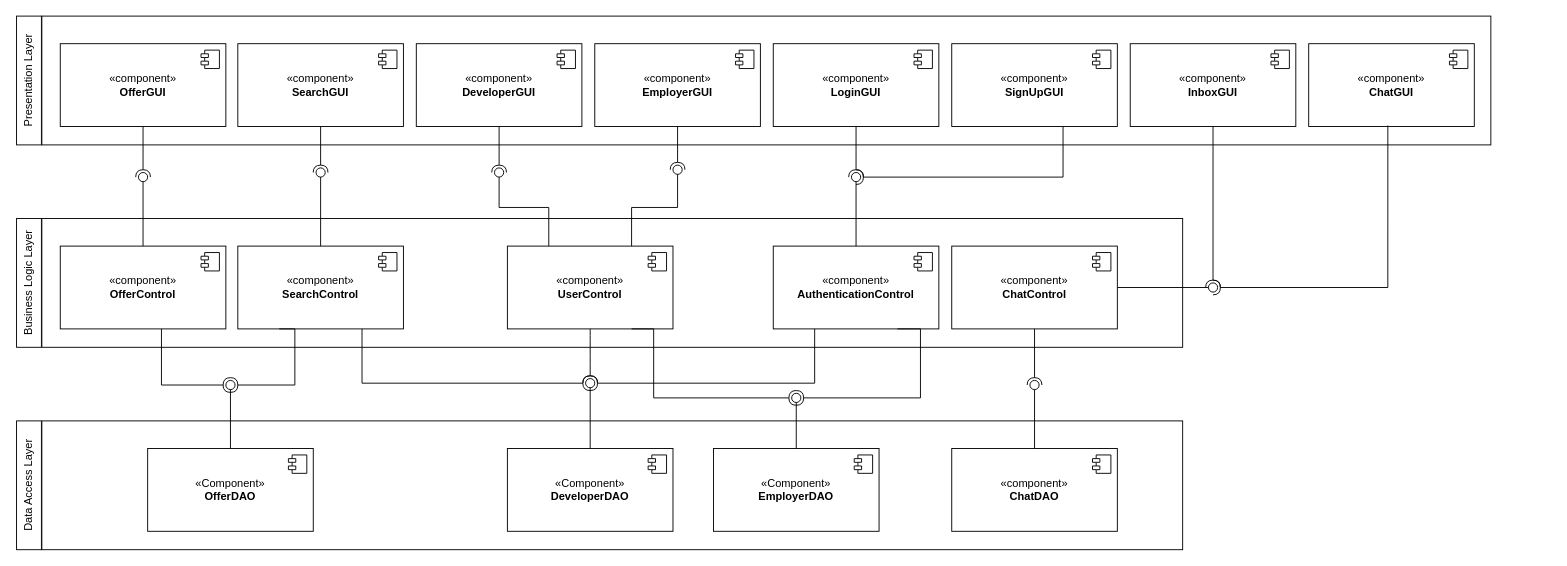
This is Documentazione/System_Design_Document/architecture_diagram/Architecture_Diagram_1.1.drawio from JacopoPassariello/TuringCareers, a draw.io file, before an edit. Source tidied: cells renumbered, new cells numbered last; positions are measured from the earlier drawing's top-left corner, leaving out a move shared by most shapes. Both pictures are drawn from the tidied source at 92%, with x=0, y=0 at pixel (-36, 16).
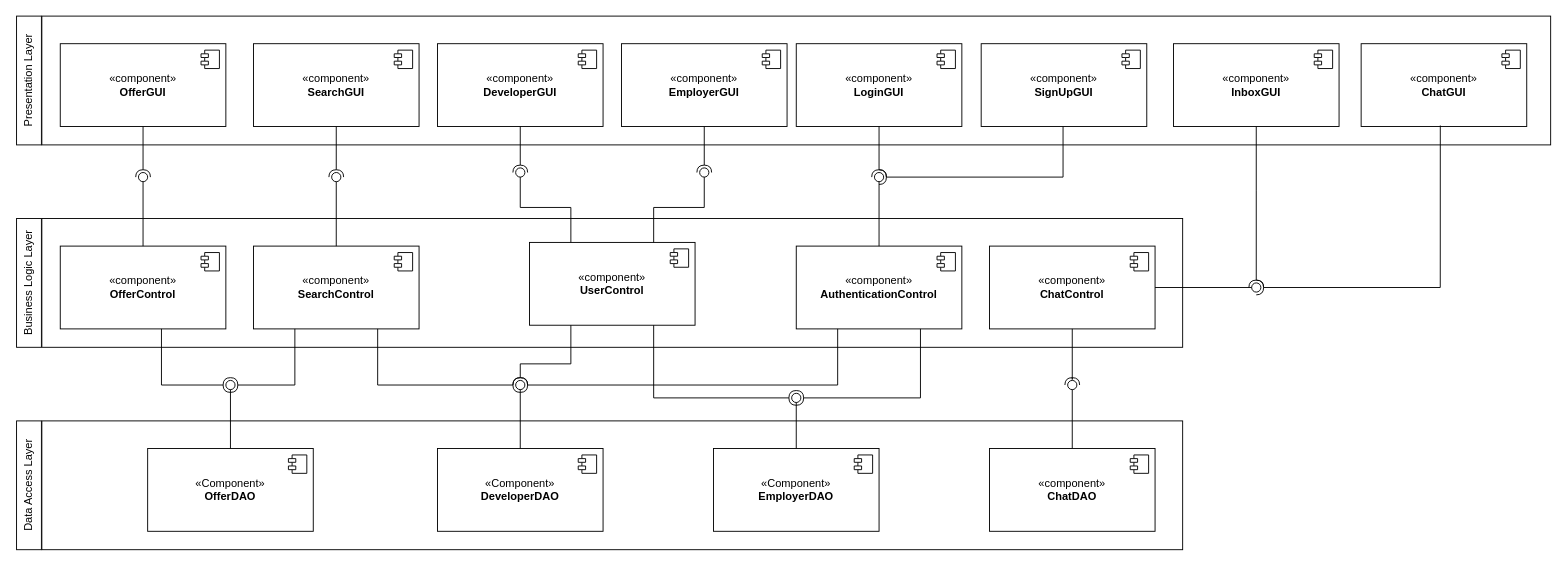
Above is the later version.

Unchanged cells that the change refers to:
```xml
<mxCell id="61" style="ellipse;whiteSpace=wrap;html=1;align=center;fillColor=none;strokeColor=none;perimeter=centerPerimeter;points=[];outlineConnect=1;" parent="1" vertex="1">
  <mxGeometry x="599" y="396" width="10" height="10" as="geometry" />
</mxCell>
<mxCell id="73" style="ellipse;whiteSpace=wrap;html=1;align=center;fillColor=none;strokeColor=none;perimeter=centerPerimeter;points=[];outlineConnect=1;" parent="1" vertex="1">
  <mxGeometry x="599" y="396" width="10" height="10" as="geometry" />
</mxCell>
<mxCell id="78" style="ellipse;whiteSpace=wrap;html=1;align=center;fillColor=none;strokeColor=none;perimeter=centerPerimeter;points=[];outlineConnect=1;" parent="1" vertex="1">
  <mxGeometry x="599" y="396" width="10" height="10" as="geometry" />
</mxCell>
```

The edit, as a diff of the source:
```diff
@@
     <mxCell id="2" style="rounded=0;whiteSpace=wrap;html=1;imageWidth=140;" parent="1" vertex="1">
-      <mxGeometry x="84" width="1575" height="140" as="geometry" />
+      <mxGeometry x="84" width="1640" height="140" as="geometry" />
     </mxCell>
@@
     <mxCell id="9" value="«Component»&lt;br&gt;&lt;b&gt;DeveloperDAO&lt;/b&gt;" style="html=1;whiteSpace=wrap;" parent="1" vertex="1">
-      <mxGeometry x="590" y="470" width="180" height="90" as="geometry" />
+      <mxGeometry x="514" y="470" width="180" height="90" as="geometry" />
     </mxCell>
@@
     <mxCell id="11" value="«component»&lt;br&gt;&lt;b&gt;EmployerGUI&lt;/b&gt;" style="html=1;whiteSpace=wrap;" parent="1" vertex="1">
-      <mxGeometry x="685" y="30" width="180" height="90" as="geometry" />
+      <mxGeometry x="714" y="30" width="180" height="90" as="geometry" />
     </mxCell>
@@
     <mxCell id="13" value="«component»&lt;br&gt;&lt;b&gt;DeveloperGUI&lt;/b&gt;" style="html=1;whiteSpace=wrap;" parent="1" vertex="1">
-      <mxGeometry x="491" y="30" width="180" height="90" as="geometry" />
+      <mxGeometry x="514" y="30" width="180" height="90" as="geometry" />
     </mxCell>
@@
     <mxCell id="15" value="«component»&lt;br&gt;&lt;b&gt;LoginGUI&lt;/b&gt;" style="html=1;whiteSpace=wrap;" parent="1" vertex="1">
-      <mxGeometry x="879" y="30" width="180" height="90" as="geometry" />
+      <mxGeometry x="904" y="30" width="180" height="90" as="geometry" />
     </mxCell>
@@
     <mxCell id="17" value="«component»&lt;br&gt;&lt;b&gt;SignUpGUI&lt;/b&gt;" style="html=1;whiteSpace=wrap;" parent="1" vertex="1">
-      <mxGeometry x="1073" y="30" width="180" height="90" as="geometry" />
+      <mxGeometry x="1105" y="30" width="180" height="90" as="geometry" />
     </mxCell>
@@
     <mxCell id="19" value="«component»&lt;br&gt;&lt;b&gt;InboxGUI&lt;/b&gt;" style="html=1;whiteSpace=wrap;" parent="1" vertex="1">
-      <mxGeometry x="1267" y="30" width="180" height="90" as="geometry" />
+      <mxGeometry x="1314" y="30" width="180" height="90" as="geometry" />
     </mxCell>
@@
     <mxCell id="21" value="«component»&lt;br&gt;&lt;b&gt;ChatGUI&lt;/b&gt;" style="html=1;whiteSpace=wrap;" parent="1" vertex="1">
-      <mxGeometry x="1461" y="30" width="180" height="90" as="geometry" />
+      <mxGeometry x="1518" y="30" width="180" height="90" as="geometry" />
     </mxCell>
@@
     <mxCell id="25" value="«component»&lt;br&gt;&lt;b&gt;SearchControl&lt;/b&gt;" style="html=1;whiteSpace=wrap;" parent="1" vertex="1">
-      <mxGeometry x="297" y="250" width="180" height="90" as="geometry" />
+      <mxGeometry x="314" y="250" width="180" height="90" as="geometry" />
     </mxCell>
@@
     <mxCell id="27" value="«component»&lt;br&gt;&lt;b&gt;ChatControl&lt;/b&gt;" style="html=1;whiteSpace=wrap;" parent="1" vertex="1">
-      <mxGeometry x="1073" y="250" width="180" height="90" as="geometry" />
+      <mxGeometry x="1114" y="250" width="180" height="90" as="geometry" />
     </mxCell>
@@
     <mxCell id="29" value="«component»&lt;br&gt;&lt;b&gt;AuthenticationControl&lt;/b&gt;" style="html=1;whiteSpace=wrap;" parent="1" vertex="1">
-      <mxGeometry x="879" y="250" width="180" height="90" as="geometry" />
+      <mxGeometry x="904" y="250" width="180" height="90" as="geometry" />
     </mxCell>
@@
     <mxCell id="31" value="«component»&lt;br&gt;&lt;b&gt;SearchGUI&lt;br&gt;&lt;/b&gt;" style="html=1;whiteSpace=wrap;" parent="1" vertex="1">
-      <mxGeometry x="297" y="30" width="180" height="90" as="geometry" />
+      <mxGeometry x="314" y="30" width="180" height="90" as="geometry" />
     </mxCell>
@@
     <mxCell id="35" value="«component»&lt;br&gt;&lt;b&gt;UserControl&lt;/b&gt;" style="html=1;whiteSpace=wrap;" parent="1" vertex="1">
-      <mxGeometry x="590" y="250" width="180" height="90" as="geometry" />
+      <mxGeometry x="614" y="246" width="180" height="90" as="geometry" />
     </mxCell>
@@
     <mxCell id="37" value="«component»&lt;br&gt;&lt;b&gt;ChatDAO&lt;/b&gt;" style="html=1;whiteSpace=wrap;" parent="1" vertex="1">
-      <mxGeometry x="1073" y="470" width="180" height="90" as="geometry" />
+      <mxGeometry x="1114" y="470" width="180" height="90" as="geometry" />
     </mxCell>
@@
     <mxCell id="41" style="ellipse;whiteSpace=wrap;html=1;align=center;fillColor=none;strokeColor=none;perimeter=centerPerimeter;points=[];outlineConnect=1;" parent="1" vertex="1">
-      <mxGeometry x="382" y="165" width="10" height="10" as="geometry" />
+      <mxGeometry x="399" y="170" width="10" height="10" as="geometry" />
     </mxCell>
@@
     <mxCell id="44" style="ellipse;whiteSpace=wrap;html=1;align=center;fillColor=none;strokeColor=none;perimeter=centerPerimeter;points=[];outlineConnect=1;" parent="1" vertex="1">
-      <mxGeometry x="964" y="170" width="10" height="10" as="geometry" />
+      <mxGeometry x="989" y="170" width="10" height="10" as="geometry" />
     </mxCell>
@@
-    <mxCell id="46" style="rounded=0;jettySize=auto;html=1;endArrow=halfCircle;endFill=0;endSize=6;strokeWidth=1;sketch=0;exitX=0.478;exitY=0.988;exitDx=0;exitDy=0;exitPerimeter=0;edgeStyle=orthogonalEdgeStyle;" parent="1" edge="1" source="21" target="48">
+    <mxCell id="46" style="rounded=0;jettySize=auto;html=1;endArrow=halfCircle;endFill=0;endSize=6;strokeWidth=1;sketch=0;exitX=0.478;exitY=0.988;exitDx=0;exitDy=0;exitPerimeter=0;" parent="1" edge="1" source="21" target="48">
       <mxGeometry relative="1" as="geometry">
         <Array as="points">
-          <mxPoint x="1547" y="295" />
+          <mxPoint x="1604" y="295" />
         </Array>
       </mxGeometry>
     </mxCell>
@@
     <mxCell id="48" style="ellipse;whiteSpace=wrap;html=1;align=center;fillColor=none;strokeColor=none;perimeter=centerPerimeter;points=[];outlineConnect=1;" parent="1" vertex="1">
-      <mxGeometry x="1352" y="290" width="10" height="10" as="geometry" />
+      <mxGeometry x="1399" y="290" width="10" height="10" as="geometry" />
     </mxCell>
@@
     <mxCell id="50" style="rounded=0;jettySize=auto;html=1;endArrow=halfCircle;endFill=0;endSize=6;strokeWidth=1;sketch=0;fontSize=12;exitX=0.5;exitY=1;exitDx=0;exitDy=0;" parent="1" edge="1" source="19" target="51">
-      <mxGeometry relative="1" as="geometry" />
+      <mxGeometry relative="1" as="geometry">
+        <Array as="points">
+          <mxPoint x="1404" y="190" />
+        </Array>
+      </mxGeometry>
     </mxCell>
     <mxCell id="51" style="ellipse;whiteSpace=wrap;html=1;align=center;fillColor=none;strokeColor=none;perimeter=centerPerimeter;points=[];outlineConnect=1;" parent="1" vertex="1">
-      <mxGeometry x="1352" y="290" width="10" height="10" as="geometry" />
+      <mxGeometry x="1399" y="290" width="10" height="10" as="geometry" />
     </mxCell>
@@
     <mxCell id="56" style="ellipse;whiteSpace=wrap;html=1;align=center;fillColor=none;strokeColor=none;perimeter=centerPerimeter;points=[];outlineConnect=1;" parent="1" vertex="1">
-      <mxGeometry x="964" y="170" width="10" height="10" as="geometry" />
+      <mxGeometry x="989" y="170" width="10" height="10" as="geometry" />
     </mxCell>
     <mxCell id="57" style="ellipse;whiteSpace=wrap;html=1;align=center;fillColor=none;strokeColor=none;perimeter=centerPerimeter;" parent="1" vertex="1">
-      <mxGeometry x="964" y="170" width="10" height="10" as="geometry" />
+      <mxGeometry x="989" y="170" width="10" height="10" as="geometry" />
     </mxCell>
@@
+    <mxCell id="99" style="rounded=0;jettySize=auto;html=1;endArrow=oval;endFill=0;sketch=0;sourcePerimeterSpacing=0;targetPerimeterSpacing=0;endSize=10;exitX=0.5;exitY=0;exitDx=0;exitDy=0;" parent="1" edge="1" source="9" target="61">
+      <mxGeometry relative="1" as="geometry" />
+    </mxCell>
@@
     <mxCell id="64" style="rounded=0;jettySize=auto;html=1;endArrow=halfCircle;endFill=0;endSize=6;strokeWidth=1;sketch=0;exitX=0.5;exitY=1;exitDx=0;exitDy=0;" parent="1" edge="1" source="27" target="66">
-      <mxGeometry relative="1" as="geometry" />
+      <mxGeometry relative="1" as="geometry">
+        <Array as="points">
+          <mxPoint x="1204" y="395" />
+        </Array>
+      </mxGeometry>
     </mxCell>
@@
     <mxCell id="66" style="ellipse;whiteSpace=wrap;html=1;align=center;fillColor=none;strokeColor=none;perimeter=centerPerimeter;points=[];outlineConnect=1;" parent="1" vertex="1">
-      <mxGeometry x="1158" y="396" width="10" height="10" as="geometry" />
+      <mxGeometry x="1199" y="396" width="10" height="10" as="geometry" />
     </mxCell>
@@
-    <mxCell id="72" style="rounded=0;jettySize=auto;html=1;endArrow=halfCircle;endFill=0;endSize=6;strokeWidth=1;sketch=0;fontSize=12;edgeStyle=orthogonalEdgeStyle;exitX=0.25;exitY=1;exitDx=0;exitDy=0;" parent="1" edge="1" source="29">
+    <mxCell id="72" style="rounded=0;jettySize=auto;html=1;endArrow=halfCircle;endFill=0;endSize=6;strokeWidth=1;sketch=0;fontSize=12;edgeStyle=orthogonalEdgeStyle;exitX=0.25;exitY=1;exitDx=0;exitDy=0;" parent="1" edge="1" source="29" target="73">
       <mxGeometry relative="1" as="geometry">
-        <mxPoint x="680" y="399" as="targetPoint" />
         <Array as="points">
-          <mxPoint x="924" y="399" />
+          <mxPoint x="949" y="401" />
         </Array>
       </mxGeometry>
     </mxCell>
@@
     <mxCell id="76" style="ellipse;whiteSpace=wrap;html=1;align=center;fillColor=none;strokeColor=none;perimeter=centerPerimeter;" parent="1" vertex="1">
-      <mxGeometry x="379" y="178" width="10" height="10" as="geometry" />
+      <mxGeometry x="399" y="170" width="10" height="10" as="geometry" />
     </mxCell>
     <mxCell id="77" style="ellipse;whiteSpace=wrap;html=1;align=center;fillColor=none;strokeColor=none;perimeter=centerPerimeter;" parent="1" vertex="1">
-      <mxGeometry x="382" y="178" width="10" height="10" as="geometry" />
+      <mxGeometry x="399" y="170" width="10" height="10" as="geometry" />
     </mxCell>
+    <mxCell id="100" style="rounded=0;jettySize=auto;html=1;endArrow=halfCircle;endFill=0;endSize=6;strokeWidth=1;sketch=0;fontSize=12;edgeStyle=orthogonalEdgeStyle;exitX=0.25;exitY=1;exitDx=0;exitDy=0;" parent="1" edge="1" source="35" target="78">
+      <mxGeometry relative="1" as="geometry">
+        <Array as="points">
+          <mxPoint x="659" y="378" />
+          <mxPoint x="604" y="378" />
+        </Array>
+      </mxGeometry>
+    </mxCell>
@@
     <mxCell id="81" style="rounded=0;jettySize=auto;html=1;endArrow=oval;endFill=0;sketch=0;sourcePerimeterSpacing=0;targetPerimeterSpacing=0;endSize=10;edgeStyle=orthogonalEdgeStyle;exitX=0.75;exitY=0;exitDx=0;exitDy=0;" parent="1" edge="1" source="35" target="82">
       <mxGeometry relative="1" as="geometry">
         <Array as="points">
-          <mxPoint x="725" y="208" />
-          <mxPoint x="775" y="208" />
+          <mxPoint x="749" y="208" />
+          <mxPoint x="804" y="208" />
         </Array>
       </mxGeometry>
     </mxCell>
     <mxCell id="82" style="ellipse;whiteSpace=wrap;html=1;align=center;fillColor=none;strokeColor=none;perimeter=centerPerimeter;points=[];outlineConnect=1;" parent="1" vertex="1">
-      <mxGeometry x="770" y="162" width="10" height="10" as="geometry" />
+      <mxGeometry x="799" y="165" width="10" height="10" as="geometry" />
     </mxCell>
@@
     <mxCell id="84" style="rounded=0;jettySize=auto;html=1;endArrow=oval;endFill=0;sketch=0;sourcePerimeterSpacing=0;targetPerimeterSpacing=0;endSize=10;edgeStyle=orthogonalEdgeStyle;exitX=0.25;exitY=0;exitDx=0;exitDy=0;" parent="1" edge="1" source="35" target="85">
       <mxGeometry relative="1" as="geometry">
         <Array as="points">
-          <mxPoint x="635" y="208" />
-          <mxPoint x="581" y="208" />
+          <mxPoint x="659" y="208" />
+          <mxPoint x="604" y="208" />
         </Array>
       </mxGeometry>
     </mxCell>
     <mxCell id="85" style="ellipse;whiteSpace=wrap;html=1;align=center;fillColor=none;strokeColor=none;perimeter=centerPerimeter;points=[];outlineConnect=1;" parent="1" vertex="1">
-      <mxGeometry x="576" y="165" width="10" height="10" as="geometry" />
+      <mxGeometry x="599" y="165" width="10" height="10" as="geometry" />
     </mxCell>
-    <mxCell id="86" style="rounded=0;jettySize=auto;html=1;endArrow=halfCircle;endFill=0;endSize=6;strokeWidth=1;sketch=0;fontSize=12;exitX=0.75;exitY=1;exitDx=0;exitDy=0;edgeStyle=orthogonalEdgeStyle;" parent="1" edge="1" source="25">
+    <mxCell id="86" style="rounded=0;jettySize=auto;html=1;endArrow=halfCircle;endFill=0;endSize=6;strokeWidth=1;sketch=0;fontSize=12;entryX=0.567;entryY=0.967;entryDx=0;entryDy=0;entryPerimeter=0;exitX=0.75;exitY=1;exitDx=0;exitDy=0;edgeStyle=orthogonalEdgeStyle;" parent="1" edge="1" source="25" target="78">
       <mxGeometry relative="1" as="geometry">
-        <mxPoint x="680" y="399" as="targetPoint" />
         <Array as="points">
-          <mxPoint x="432" y="399" />
+          <mxPoint x="449" y="401" />
         </Array>
       </mxGeometry>
     </mxCell>
@@
-    <mxCell id="96" style="rounded=0;jettySize=auto;html=1;endArrow=oval;endFill=0;sketch=0;sourcePerimeterSpacing=0;targetPerimeterSpacing=0;endSize=10;exitX=0.5;exitY=0;exitDx=0;exitDy=0;" parent="1" edge="1" source="9">
-      <mxGeometry relative="1" as="geometry">
-        <mxPoint x="680" y="399" as="targetPoint" />
-      </mxGeometry>
-    </mxCell>
-    <mxCell id="97" style="rounded=0;jettySize=auto;html=1;endArrow=halfCircle;endFill=0;endSize=6;strokeWidth=1;sketch=0;fontSize=12;curved=1;exitX=0.5;exitY=1;exitDx=0;exitDy=0;" parent="1" edge="1" source="35">
-      <mxGeometry relative="1" as="geometry">
-        <mxPoint x="680" y="399" as="targetPoint" />
-      </mxGeometry>
-    </mxCell>
-    <mxCell id="98" style="ellipse;whiteSpace=wrap;html=1;align=center;fillColor=none;strokeColor=none;perimeter=centerPerimeter;" parent="1" vertex="1">
-      <mxGeometry x="680" y="334" width="10" height="10" as="geometry" />
-    </mxCell>
```
